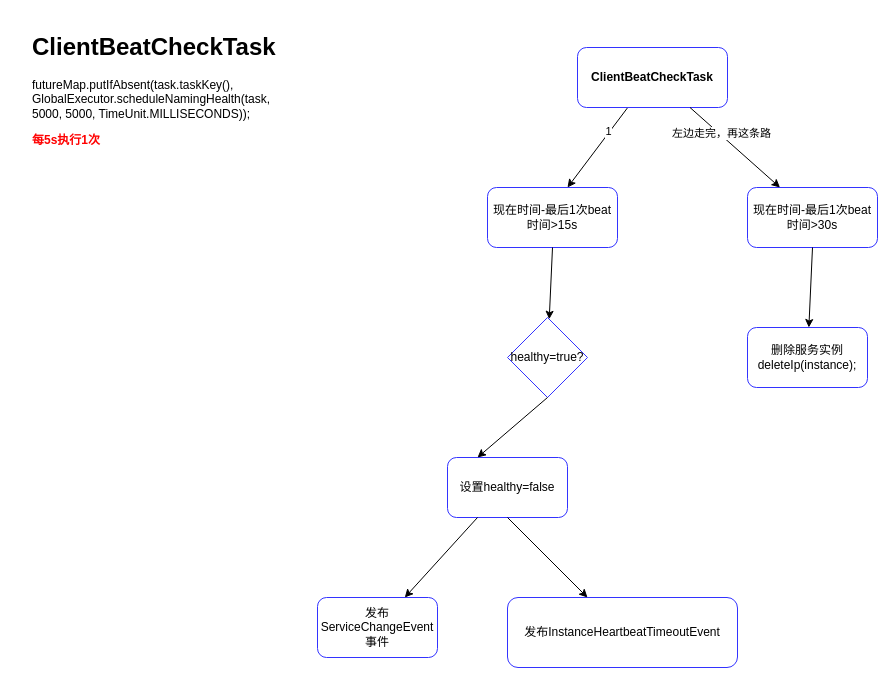
Earlier version of the draw.io diagram page "ClientBeatCheckTask" (7 of 8) of 源码/nacos/nacos.drawio (kongq1983/document). Source tidied: cells renumbered, new cells numbered last; positions are measured from the earlier drawing's top-left corner, leaving out a move shared by most shapes. Both pictures are drawn from the tidied source at 100%, with x=0, y=0 at pixel (27, 27).
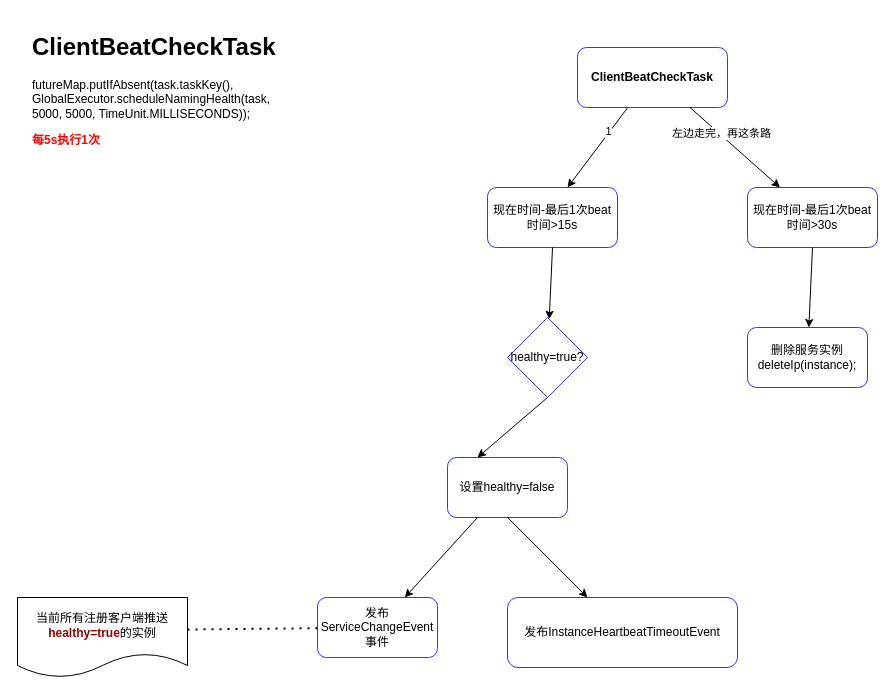
The same diagram, later.

The change refers to these unchanged cells:
```xml
<mxCell id="11" value="发布ServiceChangeEvent事件" style="rounded=1;whiteSpace=wrap;html=1;strokeColor=#3333FF;" parent="1" vertex="1">
  <mxGeometry x="290" y="570" width="120" height="60" as="geometry" />
</mxCell>
```

Change to the diagram source:
```diff
@@
+    <mxCell id="20" value="当前所有注册客户端推送&lt;b&gt;&lt;font color=&quot;#990000&quot;&gt;healthy=true&lt;/font&gt;&lt;/b&gt;的实例" style="shape=document;whiteSpace=wrap;html=1;boundedLbl=1;" parent="1" vertex="1">
+      <mxGeometry x="-10" y="570" width="170" height="80" as="geometry" />
+    </mxCell>
+    <mxCell id="21" style="endArrow=none;dashed=1;html=1;dashPattern=1 3;strokeWidth=2;exitX=1;exitY=0.4;exitDx=0;exitDy=0;exitPerimeter=0;" parent="1" edge="1" source="20" target="11">
+      <mxGeometry relative="1" as="geometry" />
+    </mxCell>
```
